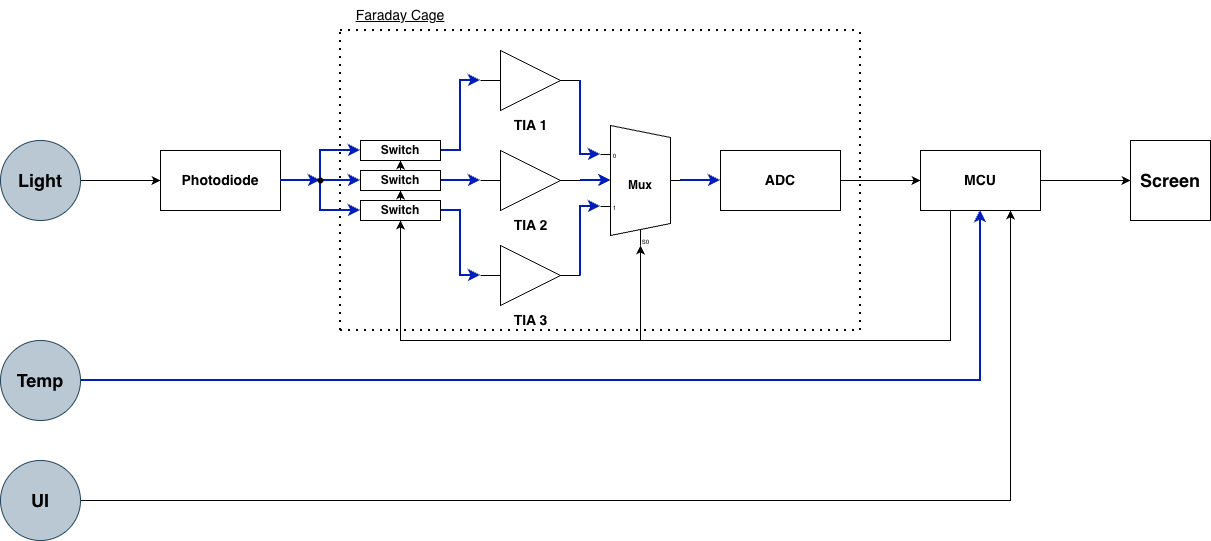
This is Block Diagram/opm-block-diagram.png from PerryXu1/optical-power-meter, a draw.io export, as it was before one commit. Source tidied: cells renumbered, new cells last; positions are measured from the earlier drawing's top-left corner, leaving out a move shared by most shapes.
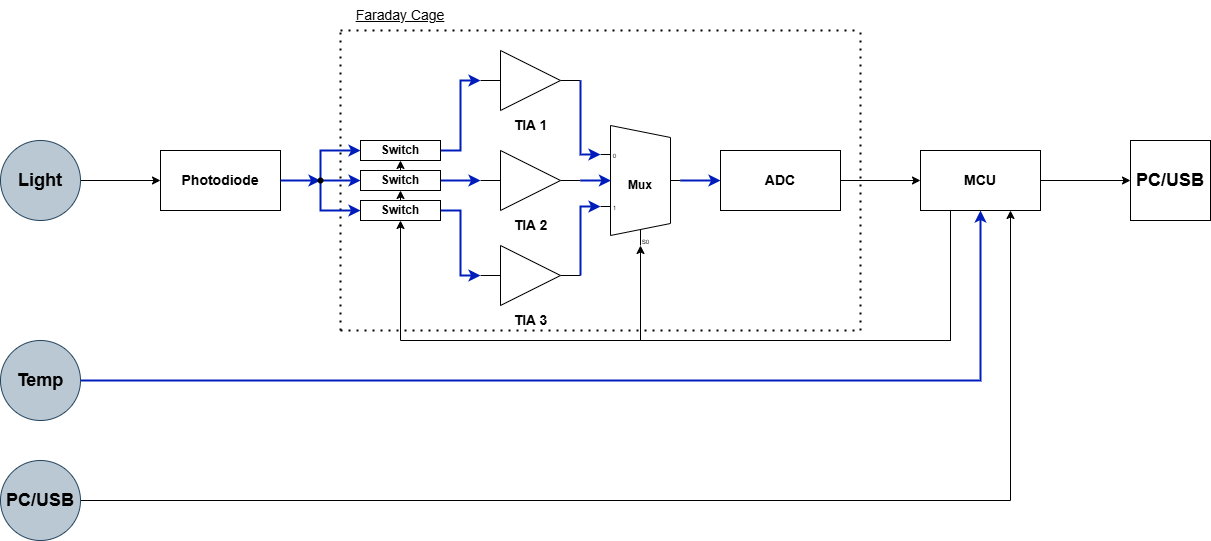
The same file after the commit.

Change to the diagram source:
```diff
@@ -63,10 +63,10 @@
         </Array>
       </mxGeometry>
     </mxCell>
-    <mxCell id="16" value="&lt;b&gt;&lt;font style=&quot;font-size: 18px;&quot;&gt;UI&lt;/font&gt;&lt;/b&gt;" style="ellipse;whiteSpace=wrap;html=1;fillColor=#bac8d3;strokeColor=#23445d;" parent="1" vertex="1">
+    <mxCell id="16" value="&lt;b&gt;&lt;font style=&quot;font-size: 18px;&quot;&gt;PC/USB&lt;/font&gt;&lt;/b&gt;" style="ellipse;whiteSpace=wrap;html=1;fillColor=#bac8d3;strokeColor=#23445d;" parent="1" vertex="1">
       <mxGeometry y="460" width="80" height="80" as="geometry" />
     </mxCell>
-    <mxCell id="17" value="&lt;b&gt;&lt;font style=&quot;font-size: 18px;&quot;&gt;Screen&lt;/font&gt;&lt;/b&gt;" style="whiteSpace=wrap;html=1;" parent="1" vertex="1">
+    <mxCell id="17" value="&lt;b&gt;&lt;font style=&quot;font-size: 18px;&quot;&gt;PC/USB&lt;/font&gt;&lt;/b&gt;" style="whiteSpace=wrap;html=1;" parent="1" vertex="1">
       <mxGeometry x="1130" y="140" width="80" height="80" as="geometry" />
     </mxCell>
     <mxCell id="18" style="endArrow=none;dashed=1;html=1;dashPattern=1 3;strokeWidth=2;rounded=0;" parent="1" edge="1">
```
